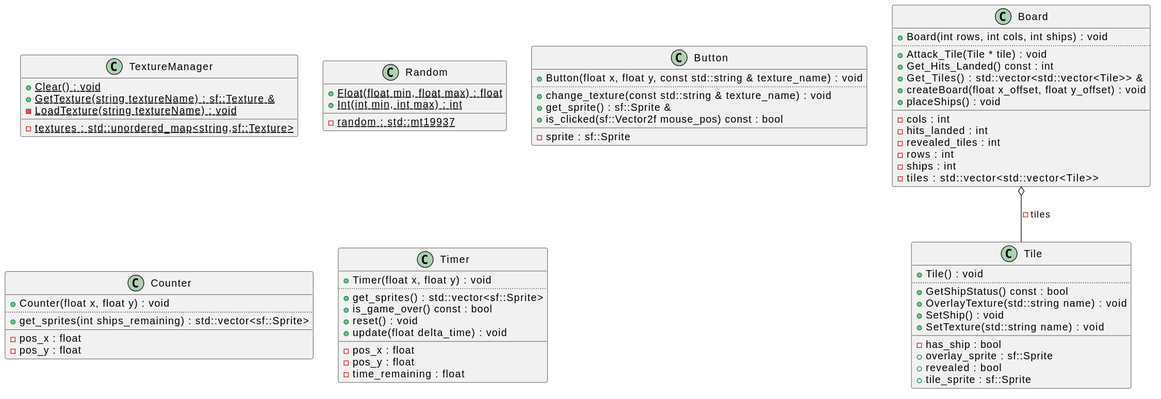
The PlantUML diagram diagrams/battleship-uml.svg in jcooper-6/battleship-sfml, before a commit. The source it was exported from:
```plantuml
@startuml
class "Tile" as C_0005250804619194155145
class C_0005250804619194155145 {
+Tile() : void
..
+GetShipStatus() const : bool
+OverlayTexture(std::string name) : void
+SetShip() : void
+SetTexture(std::string name) : void
__
-has_ship : bool
+overlay_sprite : sf::Sprite
+revealed : bool
+tile_sprite : sf::Sprite
}
class "Board" as C_0010358599209595726571
class C_0010358599209595726571 {
+Board(int rows, int cols, int ships) : void
..
+Attack_Tile(Tile * tile) : void
+Get_Hits_Landed() const : int
+Get_Tiles() : std::vector<std::vector<Tile>> &
+createBoard(float x_offset, float y_offset) : void
+placeShips() : void
__
-cols : int
-hits_landed : int
-revealed_tiles : int
-rows : int
-ships : int
-tiles : std::vector<std::vector<Tile>>
}
class "TextureManager" as C_0013303839672782456171
class C_0013303839672782456171 {
{static} +Clear() : void
{static} +GetTexture(string textureName) : sf::Texture &
{static} -LoadTexture(string textureName) : void
__
{static} -textures : std::unordered_map<string,sf::Texture>
}
class "Random" as C_0010355923053893780578
class C_0010355923053893780578 {
{static} +Float(float min, float max) : float
{static} +Int(int min, int max) : int
__
{static} -random : std::mt19937
}
class "Button" as C_0000221405838615140689
class C_0000221405838615140689 {
+Button(float x, float y, const std::string & texture_name) : void
..
+change_texture(const std::string & texture_name) : void
+get_sprite() : sf::Sprite &
+is_clicked(sf::Vector2f mouse_pos) const : bool
__
-sprite : sf::Sprite
}
class "Counter" as C_0011320984242218861763
class C_0011320984242218861763 {
+Counter(float x, float y) : void
..
+get_sprites(int ships_remaining) : std::vector<sf::Sprite>
__
-pos_x : float
-pos_y : float
}
class "Timer" as C_0016540721780518084962
class C_0016540721780518084962 {
+Timer(float x, float y) : void
..
+get_sprites() : std::vector<sf::Sprite>
+is_game_over() const : bool
+reset() : void
+update(float delta_time) : void
__
-pos_x : float
-pos_y : float
-time_remaining : float
}
C_0010358599209595726571 o-- C_0005250804619194155145 : -tiles

@enduml
```
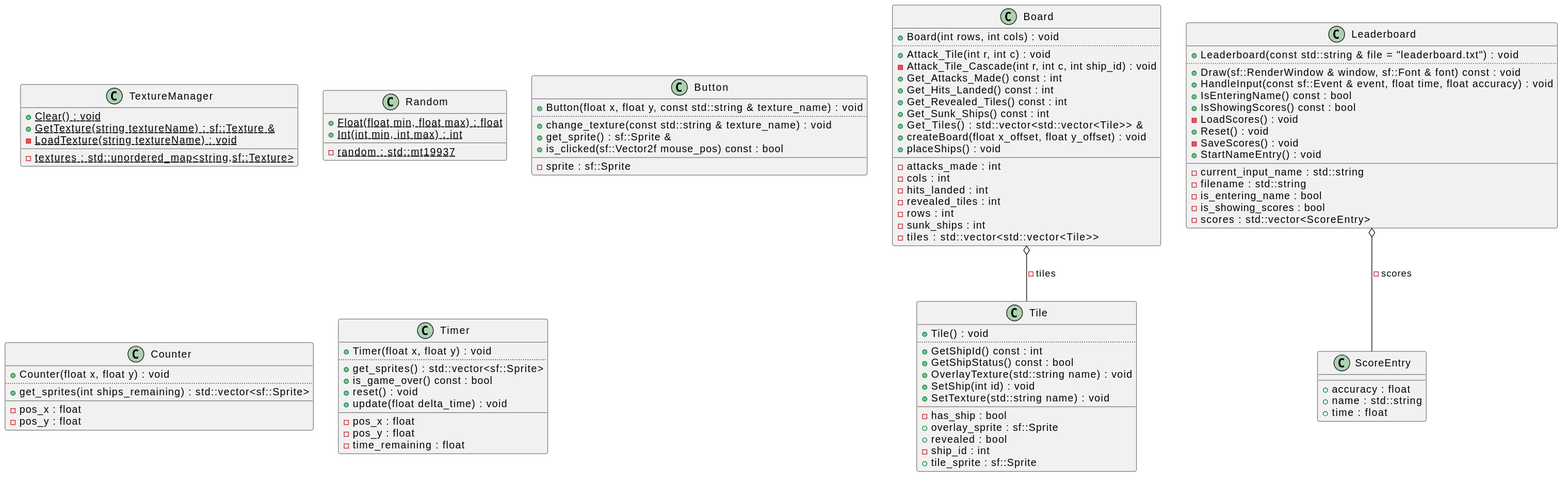
The same file after the commit.

Change to the diagram source:
```diff
@@ -3,31 +3,38 @@
 class C_0005250804619194155145 {
 +Tile() : void
 ..
++GetShipId() const : int
 +GetShipStatus() const : bool
 +OverlayTexture(std::string name) : void
-+SetShip() : void
++SetShip(int id) : void
 +SetTexture(std::string name) : void
 __
 -has_ship : bool
 +overlay_sprite : sf::Sprite
 +revealed : bool
+-ship_id : int
 +tile_sprite : sf::Sprite
 }
 class "Board" as C_0010358599209595726571
 class C_0010358599209595726571 {
-+Board(int rows, int cols, int ships) : void
++Board(int rows, int cols) : void
 ..
-+Attack_Tile(Tile * tile) : void
++Attack_Tile(int r, int c) : void
+-Attack_Tile_Cascade(int r, int c, int ship_id) : void
++Get_Attacks_Made() const : int
 +Get_Hits_Landed() const : int
++Get_Revealed_Tiles() const : int
++Get_Sunk_Ships() const : int
 +Get_Tiles() : std::vector<std::vector<Tile>> &
 +createBoard(float x_offset, float y_offset) : void
 +placeShips() : void
 __
+-attacks_made : int
 -cols : int
 -hits_landed : int
 -revealed_tiles : int
 -rows : int
--ships : int
+-sunk_ships : int
 -tiles : std::vector<std::vector<Tile>>
 }
 class "TextureManager" as C_0013303839672782456171
@@ -64,6 +71,32 @@
 -pos_x : float
 -pos_y : float
 }
+class "ScoreEntry" as C_0004388322207682371427
+class C_0004388322207682371427 {
+__
++accuracy : float
++name : std::string
++time : float
+}
+class "Leaderboard" as C_0009570138490440331692
+class C_0009570138490440331692 {
++Leaderboard(const std::string & file = "leaderboard.txt") : void
+..
++Draw(sf::RenderWindow & window, sf::Font & font) const : void
++HandleInput(const sf::Event & event, float time, float accuracy) : void
++IsEnteringName() const : bool
++IsShowingScores() const : bool
+-LoadScores() : void
++Reset() : void
+-SaveScores() : void
++StartNameEntry() : void
+__
+-current_input_name : std::string
+-filename : std::string
+-is_entering_name : bool
+-is_showing_scores : bool
+-scores : std::vector<ScoreEntry>
+}
 class "Timer" as C_0016540721780518084962
 class C_0016540721780518084962 {
 +Timer(float x, float y) : void
@@ -78,5 +111,6 @@
 -time_remaining : float
 }
 C_0010358599209595726571 o-- C_0005250804619194155145 : -tiles
+C_0009570138490440331692 o-- C_0004388322207682371427 : -scores
 
 @enduml
```
